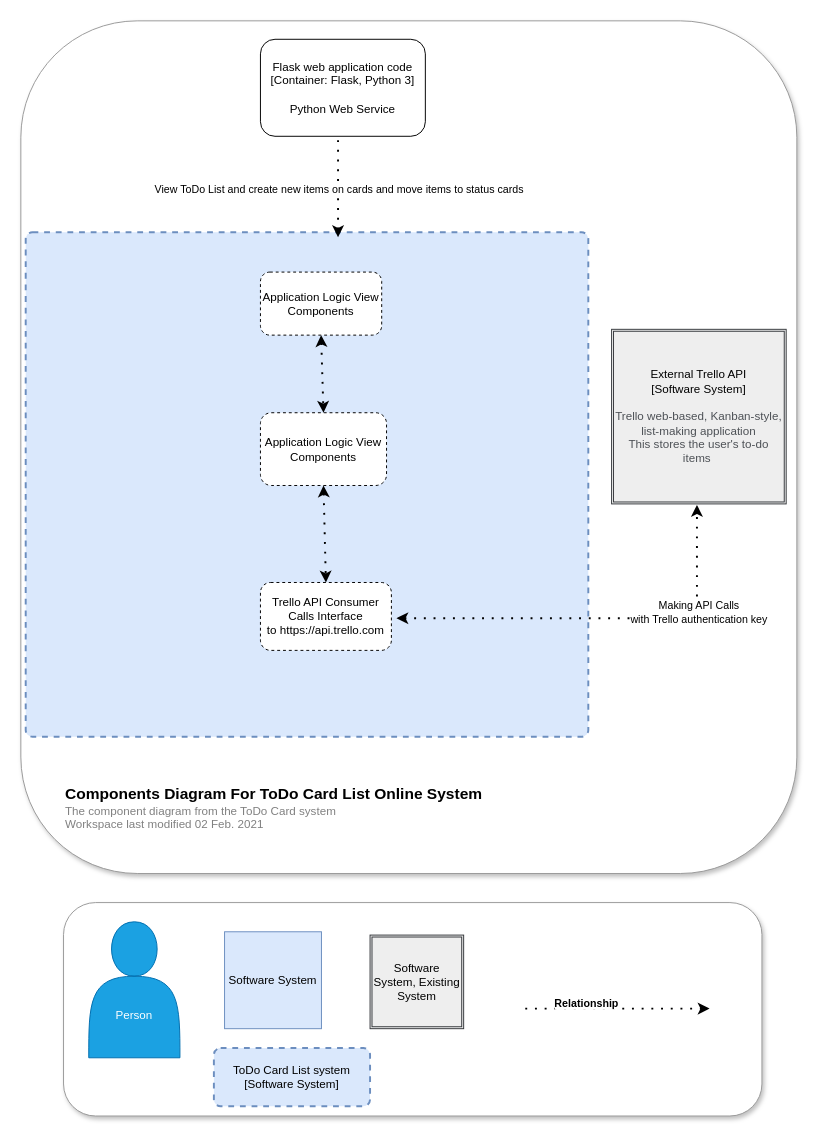
Before: page "Components Diagram" (3 of 3) of documentation/ToDo_UML.drawio in LouisLon/DevOps-Course-Starter, a draw.io diagram. Source tidied: cells renumbered, new cells numbered last; positions are measured from the earlier drawing's top-left corner, leaving out a move shared by most shapes. Both pictures are drawn from the tidied source at 97%, with x=0, y=0 at pixel (20, 20).
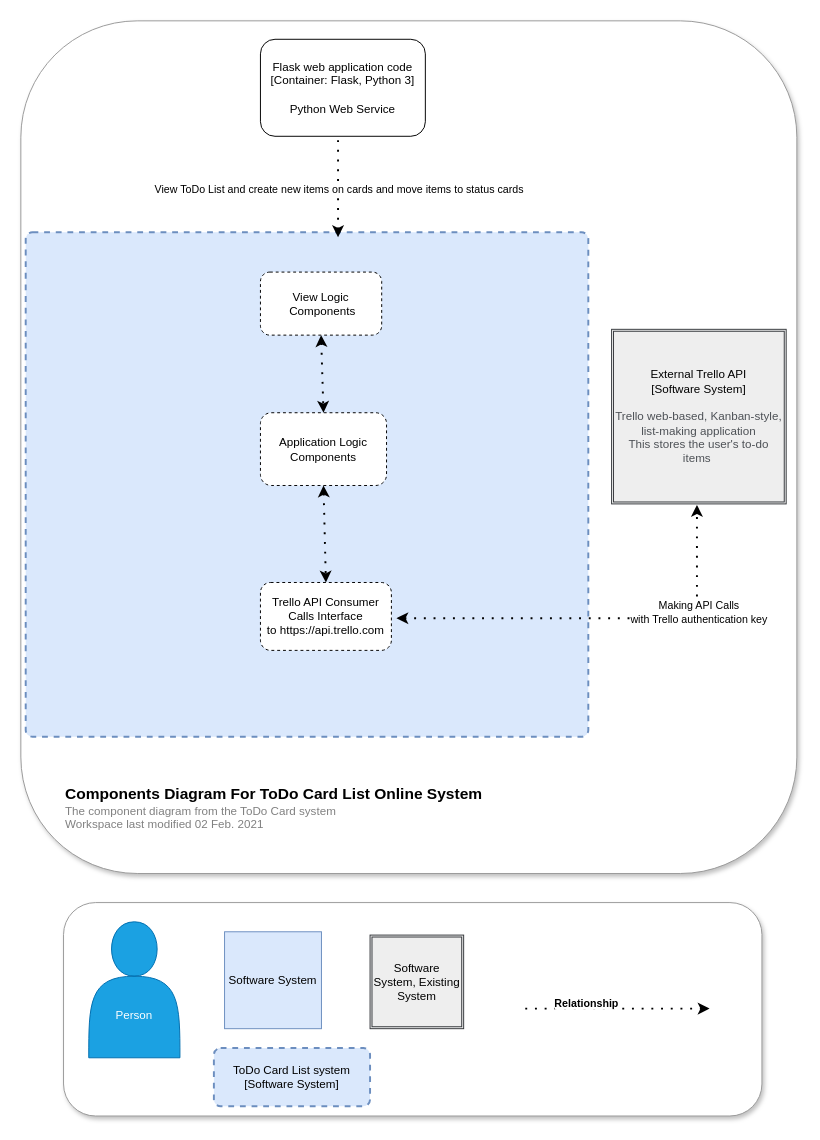
Above is the later version.

What changed in the source:
```diff
@@
-    <mxCell id="19" value="Application Logic View Components" style="rounded=1;whiteSpace=wrap;html=1;dashed=1;align=center;" parent="1" vertex="1">
+    <mxCell id="19" value="Application Logic Components" style="rounded=1;whiteSpace=wrap;html=1;dashed=1;align=center;" parent="1" vertex="1">
       <mxGeometry x="247" y="404" width="130" height="75" as="geometry" />
     </mxCell>
-    <mxCell id="20" value="Application Logic View Components" style="rounded=1;whiteSpace=wrap;html=1;dashed=1;align=center;" parent="1" vertex="1">
+    <mxCell id="20" value="View Logic&lt;br&gt;&amp;nbsp;Components" style="rounded=1;whiteSpace=wrap;html=1;dashed=1;align=center;" parent="1" vertex="1">
       <mxGeometry x="247" y="259" width="125" height="65" as="geometry" />
     </mxCell>
```
